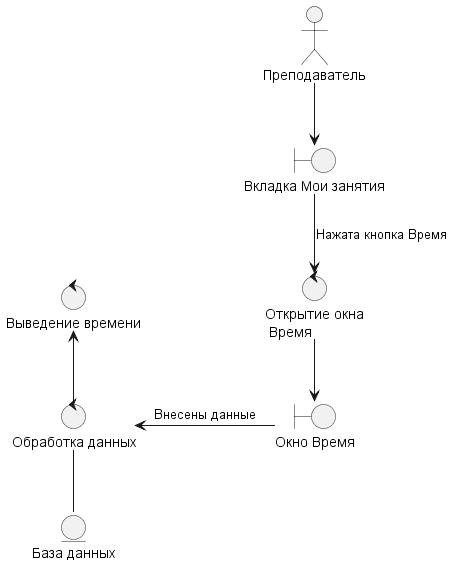
Undetaker45/MDKP keeps this PlantUML diagram as UML/out/Prigodnosty/PrVivedenieVremeniTeacher/PrVivedenieVremeniTeacher.wsd.png. Above is the earlier version. Source of this version:
```plantuml
@startuml PrVivedenieVremeniTeacher.wsd

actor "Преподаватель" as pl

control "Открытие окна\n Время" as co
control "Обработка данных" as co2
control "Выведение времени" as co3

boundary "Окно Время" as bo1
boundary "Вкладка Мои занятия" as bo

entity "База данных" as en1

pl --> bo
bo --> co : Нажата кнопка Время
co --> bo1
bo1 -left-> co2 : Внесены данные
co2 -- en1
co2 -up-> co3


@enduml
```
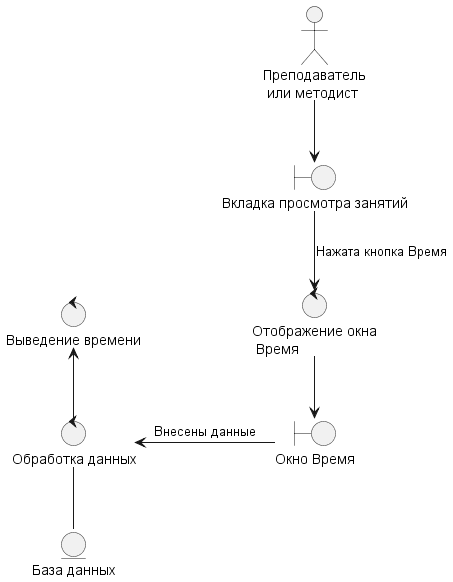
Above is the later version.

Change to the diagram source:
```diff
@@ -1,13 +1,13 @@
 @startuml PrVivedenieVremeniTeacher.wsd
 
-actor "Преподаватель" as pl
+actor "Преподаватель\n или методист" as pl
 
-control "Открытие окна\n Время" as co
+control "Отображение окна\n Время" as co
 control "Обработка данных" as co2
 control "Выведение времени" as co3
 
 boundary "Окно Время" as bo1
-boundary "Вкладка Мои занятия" as bo
+boundary "Вкладка просмотра занятий" as bo
 
 entity "База данных" as en1
 
```
